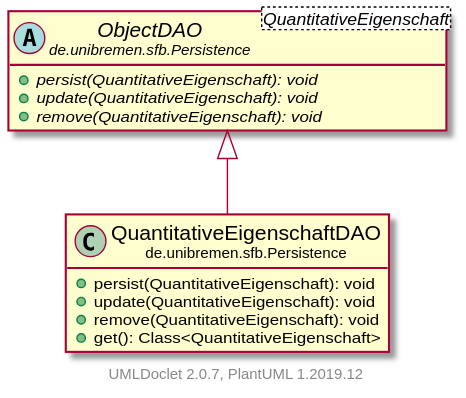
This is doc/UML/modulsichtSVG/QuantitativeEigenschaftDAO.svg from fkehlenb/softwareprojekt-2, a PlantUML export, as it was before one commit.
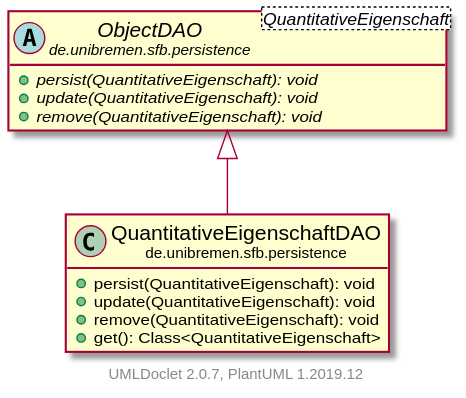
Above is the later version.

Change to the diagram source:
```diff
@@ -3,20 +3,20 @@
     hide empty fields
     hide empty methods
 
-    class "<size:14>QuantitativeEigenschaftDAO\n<size:10>de.unibremen.sfb.Persistence" as de.unibremen.sfb.Persistence.QuantitativeEigenschaftDAO [[QuantitativeEigenschaftDAO.html]] {
+    class "<size:14>QuantitativeEigenschaftDAO\n<size:10>de.unibremen.sfb.persistence" as de.unibremen.sfb.persistence.QuantitativeEigenschaftDAO [[QuantitativeEigenschaftDAO.html]] {
         +persist(QuantitativeEigenschaft): void
         +update(QuantitativeEigenschaft): void
         +remove(QuantitativeEigenschaft): void
         +get(): Class<QuantitativeEigenschaft>
     }
 
-    abstract class "<size:14>ObjectDAO\n<size:10>de.unibremen.sfb.Persistence" as de.unibremen.sfb.Persistence.ObjectDAO<QuantitativeEigenschaft> [[ObjectDAO.html]] {
+    abstract class "<size:14>ObjectDAO\n<size:10>de.unibremen.sfb.persistence" as de.unibremen.sfb.persistence.ObjectDAO<QuantitativeEigenschaft> [[ObjectDAO.html]] {
         {abstract} +persist(QuantitativeEigenschaft): void
         {abstract} +update(QuantitativeEigenschaft): void
         {abstract} +remove(QuantitativeEigenschaft): void
     }
 
-    de.unibremen.sfb.Persistence.ObjectDAO <|-- de.unibremen.sfb.Persistence.QuantitativeEigenschaftDAO
+    de.unibremen.sfb.persistence.ObjectDAO <|-- de.unibremen.sfb.persistence.QuantitativeEigenschaftDAO
 
     center footer UMLDoclet 2.0.7, PlantUML 1.2019.12
 @enduml
```
